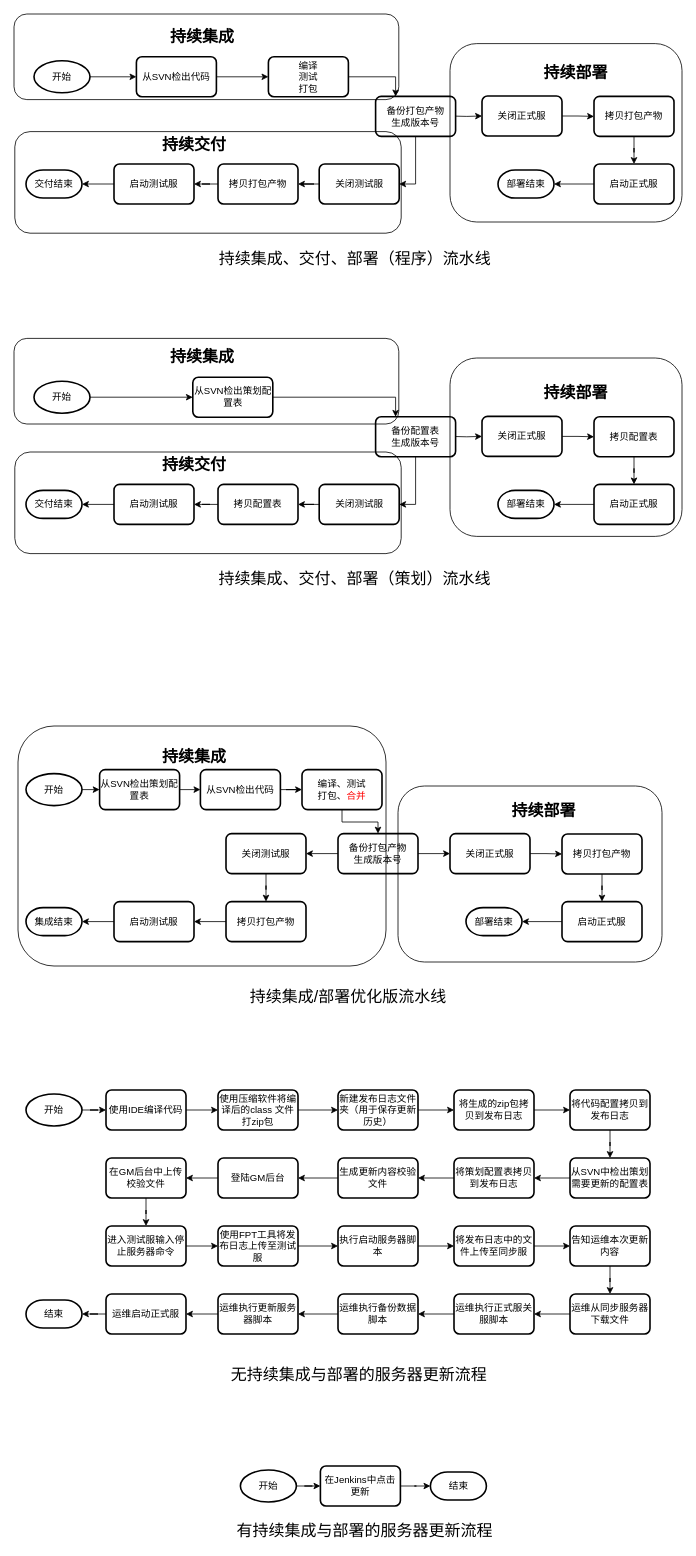
Before: blog/2019/07/canglong_ci/ci_cd.drawio in juzq/draw, a draw.io diagram. Source tidied: cells renumbered, new cells numbered last; positions are measured from the earlier drawing's top-left corner, leaving out a move shared by most shapes. Both pictures are drawn from the tidied source at 80%, with x=0, y=0 at pixel (14, 14).
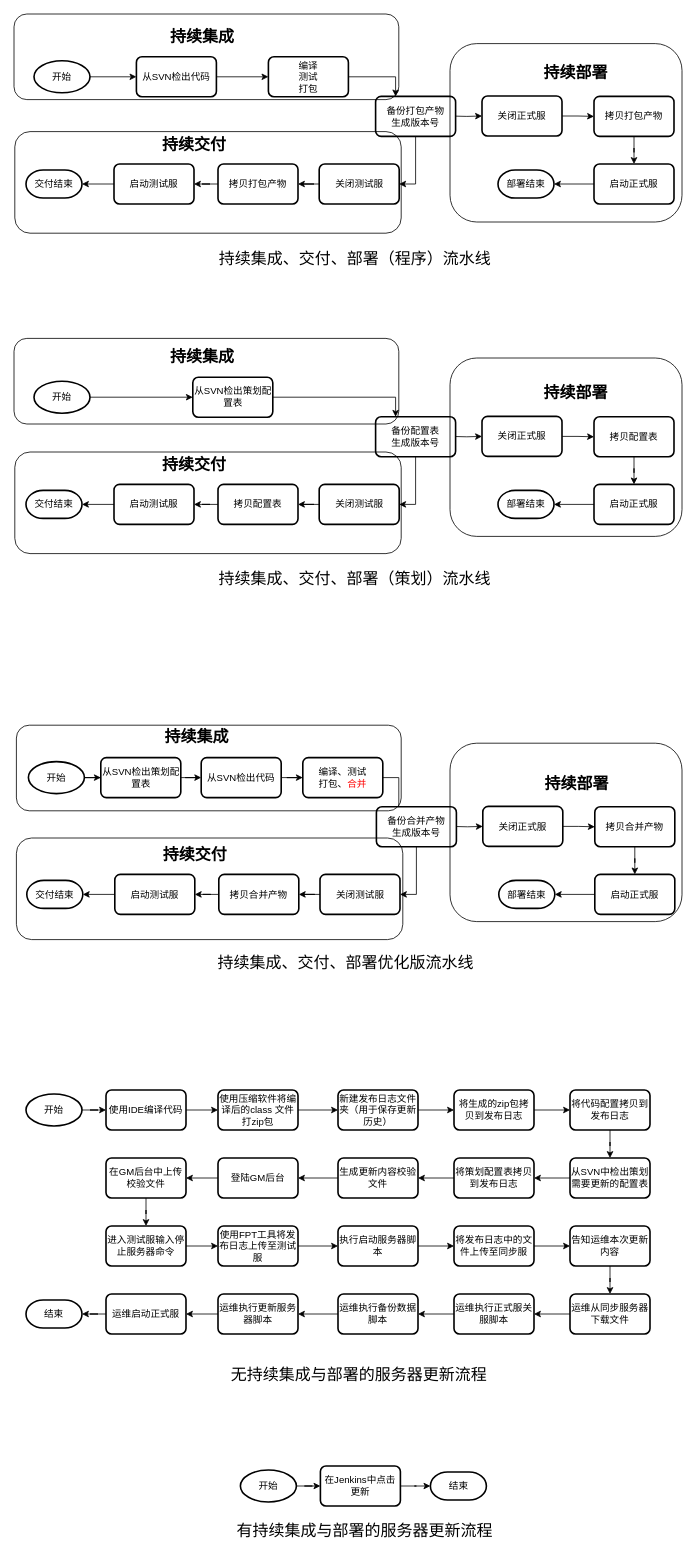
Above is the later version.

The edit, as a diff of the source:
```diff
@@
-    <mxCell id="33" style="edgeStyle=orthogonalEdgeStyle;rounded=0;jettySize=auto;html=1;exitX=1;exitY=0.5;exitDx=0;exitDy=0;exitPerimeter=0;entryX=0;entryY=0.5;entryDx=0;entryDy=0;fontSize=20;" parent="1" edge="1" source="34" target="62">
-      <mxGeometry relative="1" as="geometry" />
-    </mxCell>
-    <mxCell id="34" value="开始" style="strokeWidth=2;html=1;shape=mxgraph.flowchart.start_1;whiteSpace=wrap;" parent="1" vertex="1">
-      <mxGeometry x="15" y="949.5" width="70" height="40" as="geometry" />
-    </mxCell>
-    <mxCell id="35" style="edgeStyle=orthogonalEdgeStyle;rounded=0;jettySize=auto;html=1;" parent="1" edge="1" source="36" target="38">
+    <mxCell id="35" style="edgeStyle=orthogonalEdgeStyle;rounded=0;jettySize=auto;html=1;fontSize=20;" parent="1" edge="1" source="36" target="38">
       <mxGeometry relative="1" as="geometry" />
     </mxCell>
     <mxCell id="36" value="从SVN检出代码" style="rounded=1;whiteSpace=wrap;html=1;absoluteArcSize=1;arcSize=14;strokeWidth=2;" parent="1" vertex="1">
-      <mxGeometry x="233" y="944.5" width="100" height="50" as="geometry" />
+      <mxGeometry x="234" y="929.5" width="100" height="50" as="geometry" />
     </mxCell>
-    <mxCell id="37" style="edgeStyle=orthogonalEdgeStyle;rounded=0;jettySize=auto;html=1;exitX=0.5;exitY=1;exitDx=0;exitDy=0;entryX=0.5;entryY=0;entryDx=0;entryDy=0;fontSize=20;" parent="1" edge="1" source="38" target="41">
-      <mxGeometry relative="1" as="geometry">
-        <Array as="points">
-          <mxPoint x="410" y="1010" />
-          <mxPoint x="455" y="1010" />
-        </Array>
-      </mxGeometry>
-    </mxCell>
+    <mxCell id="140" style="edgeStyle=orthogonalEdgeStyle;rounded=0;jettySize=auto;html=1;exitX=1;exitY=0.5;exitDx=0;exitDy=0;entryX=0.25;entryY=0;entryDx=0;entryDy=0;fontSize=20;" parent="1" edge="1" source="38" target="143">
+      <mxGeometry relative="1" as="geometry" />
+    </mxCell>
     <mxCell id="38" value="&lt;div&gt;编译、测试&lt;/div&gt;&lt;div&gt;打包、&lt;font color=&quot;#FF0000&quot;&gt;合并&lt;/font&gt;&lt;/div&gt;" style="rounded=1;whiteSpace=wrap;html=1;absoluteArcSize=1;arcSize=14;strokeWidth=2;" parent="1" vertex="1">
-      <mxGeometry x="360" y="944.5" width="100" height="50" as="geometry" />
+      <mxGeometry x="361" y="929.5" width="100" height="50" as="geometry" />
     </mxCell>
-    <mxCell id="39" style="edgeStyle=orthogonalEdgeStyle;rounded=0;jettySize=auto;html=1;exitX=0;exitY=0.5;exitDx=0;exitDy=0;entryX=1;entryY=0.5;entryDx=0;entryDy=0;" parent="1" edge="1" source="41" target="43">
-      <mxGeometry relative="1" as="geometry" />
-    </mxCell>
-    <mxCell id="40" style="edgeStyle=orthogonalEdgeStyle;rounded=0;jettySize=auto;html=1;" parent="1" edge="1" source="41" target="50">
-      <mxGeometry relative="1" as="geometry" />
-    </mxCell>
-    <mxCell id="41" value="&lt;div&gt;备份打包产物&lt;/div&gt;&lt;div&gt;生成版本号&lt;br&gt;&lt;/div&gt;" style="rounded=1;whiteSpace=wrap;html=1;absoluteArcSize=1;arcSize=14;strokeWidth=2;" parent="1" vertex="1">
-      <mxGeometry x="405" y="1024.5" width="100" height="50" as="geometry" />
-    </mxCell>
-    <mxCell id="42" style="edgeStyle=orthogonalEdgeStyle;rounded=0;jettySize=auto;html=1;" parent="1" edge="1" source="43" target="45">
-      <mxGeometry relative="1" as="geometry" />
-    </mxCell>
-    <mxCell id="43" value="关闭测试服" style="rounded=1;whiteSpace=wrap;html=1;absoluteArcSize=1;arcSize=14;strokeWidth=2;" parent="1" vertex="1">
-      <mxGeometry x="265" y="1024.5" width="100" height="50" as="geometry" />
-    </mxCell>
-    <mxCell id="44" style="edgeStyle=orthogonalEdgeStyle;rounded=0;jettySize=auto;html=1;" parent="1" edge="1" source="45" target="47">
-      <mxGeometry relative="1" as="geometry" />
-    </mxCell>
-    <mxCell id="45" value="拷贝打包产物" style="rounded=1;whiteSpace=wrap;html=1;absoluteArcSize=1;arcSize=14;strokeWidth=2;" parent="1" vertex="1">
-      <mxGeometry x="265" y="1109.5" width="100" height="50" as="geometry" />
-    </mxCell>
-    <mxCell id="46" style="edgeStyle=orthogonalEdgeStyle;rounded=0;jettySize=auto;html=1;" parent="1" edge="1" source="47" target="48">
-      <mxGeometry relative="1" as="geometry" />
-    </mxCell>
-    <mxCell id="47" value="启动测试服" style="rounded=1;whiteSpace=wrap;html=1;absoluteArcSize=1;arcSize=14;strokeWidth=2;" parent="1" vertex="1">
-      <mxGeometry x="125" y="1109.5" width="100" height="50" as="geometry" />
-    </mxCell>
-    <mxCell id="48" value="集成结束" style="strokeWidth=2;html=1;shape=mxgraph.flowchart.terminator;whiteSpace=wrap;" parent="1" vertex="1">
-      <mxGeometry x="15" y="1117" width="70" height="35" as="geometry" />
-    </mxCell>
-    <mxCell id="49" style="edgeStyle=orthogonalEdgeStyle;rounded=0;jettySize=auto;html=1;" parent="1" edge="1" source="50" target="52">
-      <mxGeometry relative="1" as="geometry" />
-    </mxCell>
-    <mxCell id="50" value="关闭正式服" style="rounded=1;whiteSpace=wrap;html=1;absoluteArcSize=1;arcSize=14;strokeWidth=2;" parent="1" vertex="1">
-      <mxGeometry x="545" y="1024.5" width="100" height="50" as="geometry" />
-    </mxCell>
-    <mxCell id="51" style="edgeStyle=orthogonalEdgeStyle;rounded=0;jettySize=auto;html=1;" parent="1" edge="1" source="52" target="54">
-      <mxGeometry relative="1" as="geometry" />
-    </mxCell>
-    <mxCell id="52" value="拷贝打包产物" style="rounded=1;whiteSpace=wrap;html=1;absoluteArcSize=1;arcSize=14;strokeWidth=2;" parent="1" vertex="1">
-      <mxGeometry x="685" y="1025" width="100" height="50" as="geometry" />
-    </mxCell>
-    <mxCell id="53" style="edgeStyle=orthogonalEdgeStyle;rounded=0;jettySize=auto;html=1;" parent="1" edge="1" source="54" target="55">
-      <mxGeometry relative="1" as="geometry" />
-    </mxCell>
-    <mxCell id="54" value="启动正式服" style="rounded=1;whiteSpace=wrap;html=1;absoluteArcSize=1;arcSize=14;strokeWidth=2;" parent="1" vertex="1">
-      <mxGeometry x="685" y="1109.5" width="100" height="50" as="geometry" />
-    </mxCell>
-    <mxCell id="55" value="部署结束" style="strokeWidth=2;html=1;shape=mxgraph.flowchart.terminator;whiteSpace=wrap;" parent="1" vertex="1">
-      <mxGeometry x="565" y="1117" width="70" height="35" as="geometry" />
-    </mxCell>
-    <mxCell id="56" style="rounded=1;whiteSpace=wrap;html=1;fillColor=none;" parent="1" vertex="1">
-      <mxGeometry x="5" y="890" width="460" height="300" as="geometry" />
-    </mxCell>
-    <mxCell id="57" style="rounded=1;whiteSpace=wrap;html=1;fillColor=none;" parent="1" vertex="1">
-      <mxGeometry x="480" y="965" width="330" height="220" as="geometry" />
-    </mxCell>
-    <mxCell id="58" value="持续集成" style="text;html=1;strokeColor=none;fillColor=none;align=center;verticalAlign=middle;whiteSpace=wrap;rounded=0;fontStyle=1;fontSize=20;" parent="1" vertex="1">
-      <mxGeometry x="177.5" y="912" width="95" height="30" as="geometry" />
-    </mxCell>
-    <mxCell id="59" value="持续部署" style="text;html=1;strokeColor=none;fillColor=none;align=center;verticalAlign=middle;whiteSpace=wrap;rounded=0;fontStyle=1;fontSize=20;" parent="1" vertex="1">
-      <mxGeometry x="615" y="979.5" width="95" height="30" as="geometry" />
-    </mxCell>
-    <mxCell id="60" value="持续集成/部署优化版流水线" style="text;html=1;strokeColor=none;fillColor=none;align=center;verticalAlign=middle;whiteSpace=wrap;rounded=0;fontStyle=0;fontSize=20;" parent="1" vertex="1">
-      <mxGeometry x="248" y="1212" width="340" height="30" as="geometry" />
+    <mxCell id="60" value="持续集成、交付、部署优化版流水线" style="text;html=1;strokeColor=none;fillColor=none;align=center;verticalAlign=middle;whiteSpace=wrap;rounded=0;fontStyle=0;fontSize=20;" parent="1" vertex="1">
+      <mxGeometry x="245" y="1170" width="340" height="30" as="geometry" />
     </mxCell>
-    <mxCell id="61" style="edgeStyle=orthogonalEdgeStyle;rounded=0;jettySize=auto;html=1;exitX=1;exitY=0.5;exitDx=0;exitDy=0;entryX=0;entryY=0.5;entryDx=0;entryDy=0;fontSize=20;" parent="1" edge="1" source="62" target="36">
-      <mxGeometry relative="1" as="geometry" />
-    </mxCell>
-    <mxCell id="62" value="从SVN检出策划配置表" style="rounded=1;whiteSpace=wrap;html=1;absoluteArcSize=1;arcSize=14;strokeWidth=2;" parent="1" vertex="1">
-      <mxGeometry x="107" y="944.5" width="100" height="50" as="geometry" />
-    </mxCell>
@@
+    <mxCell id="61" style="edgeStyle=orthogonalEdgeStyle;rounded=0;jettySize=auto;html=1;fontSize=20;" parent="1" edge="1" source="62" target="36">
+      <mxGeometry relative="1" as="geometry" />
+    </mxCell>
+    <mxCell id="62" value="从SVN检出策划配置表" style="rounded=1;whiteSpace=wrap;html=1;absoluteArcSize=1;arcSize=14;strokeWidth=2;" parent="1" vertex="1">
+      <mxGeometry x="108.5" y="929.5" width="100" height="50" as="geometry" />
+    </mxCell>
+    <mxCell id="33" style="edgeStyle=orthogonalEdgeStyle;rounded=0;jettySize=auto;html=1;exitX=1;exitY=0.5;exitDx=0;exitDy=0;exitPerimeter=0;fontSize=20;" parent="1" edge="1" source="34" target="62">
+      <mxGeometry relative="1" as="geometry" />
+    </mxCell>
+    <mxCell id="34" value="开始" style="strokeWidth=2;html=1;shape=mxgraph.flowchart.start_1;whiteSpace=wrap;" parent="1" vertex="1">
+      <mxGeometry x="18" y="934.5" width="70" height="40" as="geometry" />
+    </mxCell>
+    <mxCell id="141" style="edgeStyle=orthogonalEdgeStyle;rounded=0;jettySize=auto;html=1;" parent="1" edge="1" target="50">
+      <mxGeometry relative="1" as="geometry">
+        <mxPoint x="546" y="1015.5" as="sourcePoint" />
+      </mxGeometry>
+    </mxCell>
+    <mxCell id="142" style="edgeStyle=orthogonalEdgeStyle;rounded=0;jettySize=auto;html=1;exitX=0.5;exitY=1;exitDx=0;exitDy=0;entryX=1;entryY=0.5;entryDx=0;entryDy=0;fontSize=20;" parent="1" edge="1" source="143" target="43">
+      <mxGeometry relative="1" as="geometry" />
+    </mxCell>
+    <mxCell id="143" value="&lt;div&gt;备份合并产物&lt;/div&gt;&lt;div&gt;生成版本号&lt;br&gt;&lt;/div&gt;" style="rounded=1;whiteSpace=wrap;html=1;absoluteArcSize=1;arcSize=14;strokeWidth=2;" parent="1" vertex="1">
+      <mxGeometry x="453" y="991" width="100" height="50" as="geometry" />
+    </mxCell>
+    <mxCell id="144" style="edgeStyle=orthogonalEdgeStyle;rounded=0;jettySize=auto;html=1;" parent="1" edge="1" source="43" target="146">
+      <mxGeometry relative="1" as="geometry" />
+    </mxCell>
+    <mxCell id="43" value="关闭测试服" style="rounded=1;whiteSpace=wrap;html=1;absoluteArcSize=1;arcSize=14;strokeWidth=2;" parent="1" vertex="1">
+      <mxGeometry x="382.5" y="1075.5" width="100" height="50" as="geometry" />
+    </mxCell>
+    <mxCell id="145" style="edgeStyle=orthogonalEdgeStyle;rounded=0;jettySize=auto;html=1;" parent="1" edge="1" source="146" target="47">
+      <mxGeometry relative="1" as="geometry" />
+    </mxCell>
+    <mxCell id="146" value="拷贝合并产物" style="rounded=1;whiteSpace=wrap;html=1;absoluteArcSize=1;arcSize=14;strokeWidth=2;" parent="1" vertex="1">
+      <mxGeometry x="256" y="1075.5" width="100" height="50" as="geometry" />
+    </mxCell>
+    <mxCell id="147" style="edgeStyle=orthogonalEdgeStyle;rounded=0;jettySize=auto;html=1;" parent="1" edge="1" source="47" target="148">
+      <mxGeometry relative="1" as="geometry" />
+    </mxCell>
+    <mxCell id="47" value="启动测试服" style="rounded=1;whiteSpace=wrap;html=1;absoluteArcSize=1;arcSize=14;strokeWidth=2;" parent="1" vertex="1">
+      <mxGeometry x="126" y="1075.5" width="100" height="50" as="geometry" />
+    </mxCell>
+    <mxCell id="148" value="交付结束" style="strokeWidth=2;html=1;shape=mxgraph.flowchart.terminator;whiteSpace=wrap;" parent="1" vertex="1">
+      <mxGeometry x="16" y="1083" width="70" height="35" as="geometry" />
+    </mxCell>
+    <mxCell id="149" style="edgeStyle=orthogonalEdgeStyle;rounded=0;jettySize=auto;html=1;" parent="1" edge="1" source="50" target="151">
+      <mxGeometry relative="1" as="geometry" />
+    </mxCell>
+    <mxCell id="50" value="关闭正式服" style="rounded=1;whiteSpace=wrap;html=1;absoluteArcSize=1;arcSize=14;strokeWidth=2;" parent="1" vertex="1">
+      <mxGeometry x="586" y="990.5" width="100" height="50" as="geometry" />
+    </mxCell>
+    <mxCell id="150" style="edgeStyle=orthogonalEdgeStyle;rounded=0;jettySize=auto;html=1;" parent="1" edge="1" source="151" target="54">
+      <mxGeometry relative="1" as="geometry" />
+    </mxCell>
+    <mxCell id="151" value="拷贝合并产物" style="rounded=1;whiteSpace=wrap;html=1;absoluteArcSize=1;arcSize=14;strokeWidth=2;" parent="1" vertex="1">
+      <mxGeometry x="726" y="991" width="100" height="50" as="geometry" />
+    </mxCell>
+    <mxCell id="53" style="edgeStyle=orthogonalEdgeStyle;rounded=0;jettySize=auto;html=1;" parent="1" edge="1" source="54" target="55">
+      <mxGeometry relative="1" as="geometry" />
+    </mxCell>
+    <mxCell id="54" value="启动正式服" style="rounded=1;whiteSpace=wrap;html=1;absoluteArcSize=1;arcSize=14;strokeWidth=2;" parent="1" vertex="1">
+      <mxGeometry x="726" y="1075.5" width="100" height="50" as="geometry" />
+    </mxCell>
+    <mxCell id="55" value="部署结束" style="strokeWidth=2;html=1;shape=mxgraph.flowchart.terminator;whiteSpace=wrap;" parent="1" vertex="1">
+      <mxGeometry x="606" y="1083" width="70" height="35" as="geometry" />
+    </mxCell>
+    <mxCell id="152" style="rounded=1;whiteSpace=wrap;html=1;fillColor=none;" parent="1" vertex="1">
+      <mxGeometry x="3" y="1030" width="483" height="127" as="geometry" />
+    </mxCell>
+    <mxCell id="153" style="rounded=1;whiteSpace=wrap;html=1;fillColor=none;" parent="1" vertex="1">
+      <mxGeometry x="545" y="911.5" width="290" height="223" as="geometry" />
+    </mxCell>
+    <mxCell id="58" value="持续集成" style="text;html=1;strokeColor=none;fillColor=none;align=center;verticalAlign=middle;whiteSpace=wrap;rounded=0;fontStyle=1;fontSize=20;" parent="1" vertex="1">
+      <mxGeometry x="180.5" y="888" width="95" height="30" as="geometry" />
+    </mxCell>
+    <mxCell id="59" value="持续部署" style="text;html=1;strokeColor=none;fillColor=none;align=center;verticalAlign=middle;whiteSpace=wrap;rounded=0;fontStyle=1;fontSize=20;" parent="1" vertex="1">
+      <mxGeometry x="656" y="945.5" width="95" height="30" as="geometry" />
+    </mxCell>
+    <mxCell id="154" value="持续交付" style="text;html=1;strokeColor=none;fillColor=none;align=center;verticalAlign=middle;whiteSpace=wrap;rounded=0;fontStyle=1;fontSize=20;" parent="1" vertex="1">
+      <mxGeometry x="178.5" y="1035" width="95" height="30" as="geometry" />
+    </mxCell>
+    <mxCell id="155" style="rounded=1;whiteSpace=wrap;html=1;fillColor=none;" parent="1" vertex="1">
+      <mxGeometry x="3" y="889" width="481" height="107" as="geometry" />
+    </mxCell>
```
